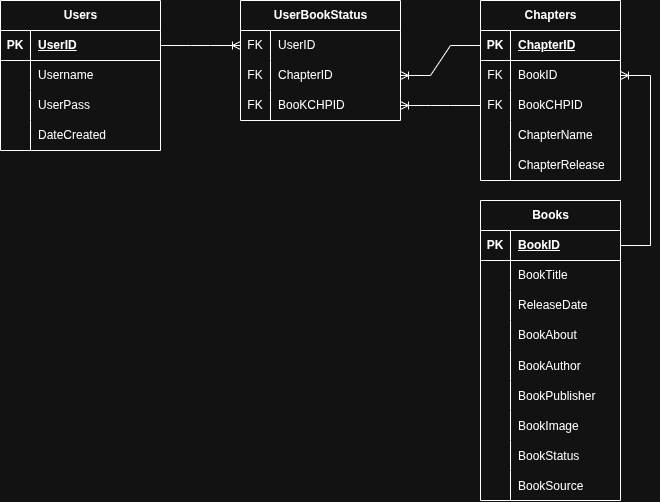
Fabi985/Second-year-uni-proj keeps this draw.io diagram as SlimeBalls/DesignAssets/DatabaseDiagram.png. Above is the earlier version. Source tidied: cells renumbered, new cells last; positions are measured from the earlier drawing's top-left corner, leaving out a move shared by most shapes.
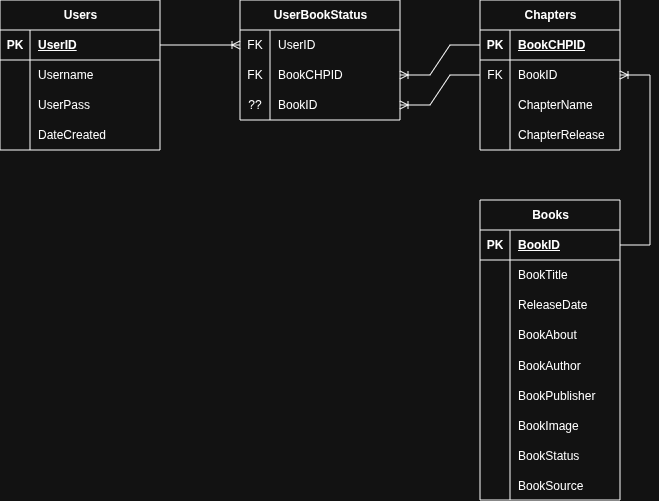
Later version of the same file.

The edit, as a diff of the source:
```diff
@@ -126,7 +126,7 @@
       <mxGeometry x="30" width="110" height="30" as="geometry" />
     </mxCell>
     <mxCell id="43" value="Chapters" style="shape=table;startSize=30;rowLines=0;fontStyle=1;align=center;html=1;" parent="1" vertex="1">
-      <mxGeometry x="480" width="140" height="180" as="geometry" />
+      <mxGeometry x="480" width="140" height="150" as="geometry" />
     </mxCell>
     <mxCell id="44" style="shape=tableRow;horizontal=0;startSize=0;swimlaneHead=0;swimlaneBody=0;fillColor=none;points=[[0,0.5],[1,0.5]];portConstraint=eastwest;top=0;left=0;right=0;bottom=1;" parent="43" vertex="1">
       <mxGeometry y="30" width="140" height="30" as="geometry" />
@@ -134,7 +134,7 @@
     <mxCell id="45" value="PK" style="shape=partialRectangle;fillColor=none;top=0;left=0;bottom=0;right=0;fontStyle=1;overflow=hidden;whiteSpace=wrap;html=1;" parent="44" vertex="1">
       <mxGeometry width="30" height="30" as="geometry" />
     </mxCell>
-    <mxCell id="46" value="ChapterID" style="shape=partialRectangle;fillColor=none;top=0;left=0;bottom=0;right=0;align=left;spacingLeft=6;fontStyle=5;overflow=hidden;whiteSpace=wrap;html=1;" parent="44" vertex="1">
+    <mxCell id="46" value="BookCHPID" style="shape=partialRectangle;fillColor=none;top=0;left=0;bottom=0;right=0;align=left;spacingLeft=6;fontStyle=5;overflow=hidden;whiteSpace=wrap;html=1;" parent="44" vertex="1">
       <mxGeometry x="30" width="110" height="30" as="geometry" />
     </mxCell>
     <mxCell id="47" style="shape=tableRow;horizontal=0;startSize=0;swimlaneHead=0;swimlaneBody=0;fillColor=none;points=[[0,0.5],[1,0.5]];portConstraint=eastwest;top=0;left=0;right=0;bottom=0;" parent="43" vertex="1">
@@ -146,17 +146,8 @@
     <mxCell id="49" value="BookID" style="shape=partialRectangle;fillColor=none;top=0;left=0;bottom=0;right=0;align=left;spacingLeft=6;fontStyle=0;overflow=hidden;whiteSpace=wrap;html=1;" parent="47" vertex="1">
       <mxGeometry x="30" width="110" height="30" as="geometry" />
     </mxCell>
-    <mxCell id="50" style="shape=tableRow;horizontal=0;startSize=0;swimlaneHead=0;swimlaneBody=0;fillColor=none;points=[[0,0.5],[1,0.5]];portConstraint=eastwest;top=0;left=0;right=0;bottom=0;" parent="43" vertex="1">
-      <mxGeometry y="90" width="140" height="30" as="geometry" />
-    </mxCell>
-    <mxCell id="51" value="FK" style="shape=partialRectangle;fillColor=none;top=0;left=0;bottom=0;right=0;fontStyle=0;overflow=hidden;whiteSpace=wrap;html=1;" parent="50" vertex="1">
-      <mxGeometry width="30" height="30" as="geometry" />
-    </mxCell>
-    <mxCell id="52" value="BookCHPID" style="shape=partialRectangle;fillColor=none;top=0;left=0;bottom=0;right=0;align=left;spacingLeft=6;fontStyle=0;overflow=hidden;whiteSpace=wrap;html=1;" parent="50" vertex="1">
-      <mxGeometry x="30" width="110" height="30" as="geometry" />
-    </mxCell>
     <mxCell id="53" style="shape=tableRow;horizontal=0;startSize=0;swimlaneHead=0;swimlaneBody=0;fillColor=none;top=0;left=0;right=0;bottom=0;" parent="43" vertex="1">
-      <mxGeometry y="120" width="140" height="30" as="geometry" />
+      <mxGeometry y="90" width="140" height="30" as="geometry" />
     </mxCell>
     <mxCell id="54" style="shape=partialRectangle;fillColor=none;top=0;left=0;bottom=0;right=0;overflow=hidden;whiteSpace=wrap;html=1;" parent="53" vertex="1">
       <mxGeometry width="30" height="30" as="geometry" />
@@ -165,7 +156,7 @@
       <mxGeometry x="30" width="110" height="30" as="geometry" />
     </mxCell>
     <mxCell id="56" style="shape=tableRow;horizontal=0;startSize=0;swimlaneHead=0;swimlaneBody=0;fillColor=none;top=0;left=0;right=0;bottom=0;" parent="43" vertex="1">
-      <mxGeometry y="150" width="140" height="30" as="geometry" />
+      <mxGeometry y="120" width="140" height="30" as="geometry" />
     </mxCell>
     <mxCell id="57" style="shape=partialRectangle;fillColor=none;top=0;left=0;bottom=0;right=0;overflow=hidden;whiteSpace=wrap;html=1;" parent="56" vertex="1">
       <mxGeometry width="30" height="30" as="geometry" />
@@ -191,29 +182,29 @@
     <mxCell id="64" value="FK" style="shape=partialRectangle;fillColor=none;top=0;left=0;bottom=0;right=0;fontStyle=0;overflow=hidden;whiteSpace=wrap;html=1;" parent="63" vertex="1">
       <mxGeometry width="30" height="30" as="geometry" />
     </mxCell>
-    <mxCell id="65" value="ChapterID" style="shape=partialRectangle;fillColor=none;top=0;left=0;bottom=0;right=0;align=left;spacingLeft=6;fontStyle=0;overflow=hidden;whiteSpace=wrap;html=1;" parent="63" vertex="1">
+    <mxCell id="65" value="BookCHPID" style="shape=partialRectangle;fillColor=none;top=0;left=0;bottom=0;right=0;align=left;spacingLeft=6;fontStyle=0;overflow=hidden;whiteSpace=wrap;html=1;" parent="63" vertex="1">
       <mxGeometry x="30" width="130" height="30" as="geometry" />
     </mxCell>
     <mxCell id="66" style="shape=tableRow;horizontal=0;startSize=0;swimlaneHead=0;swimlaneBody=0;fillColor=none;points=[[0,0.5],[1,0.5]];portConstraint=eastwest;top=0;left=0;right=0;bottom=0;" parent="59" vertex="1">
       <mxGeometry y="90" width="160" height="30" as="geometry" />
     </mxCell>
-    <mxCell id="67" value="FK" style="shape=partialRectangle;fillColor=none;top=0;left=0;bottom=0;right=0;fontStyle=0;overflow=hidden;whiteSpace=wrap;html=1;" parent="66" vertex="1">
+    <mxCell id="67" value="??" style="shape=partialRectangle;fillColor=none;top=0;left=0;bottom=0;right=0;fontStyle=0;overflow=hidden;whiteSpace=wrap;html=1;" parent="66" vertex="1">
       <mxGeometry width="30" height="30" as="geometry" />
     </mxCell>
-    <mxCell id="68" value="BooKCHPID" style="shape=partialRectangle;fillColor=none;top=0;left=0;bottom=0;right=0;align=left;spacingLeft=6;fontStyle=0;overflow=hidden;whiteSpace=wrap;html=1;" parent="66" vertex="1">
+    <mxCell id="68" value="BookID" style="shape=partialRectangle;fillColor=none;top=0;left=0;bottom=0;right=0;align=left;spacingLeft=6;fontStyle=0;overflow=hidden;whiteSpace=wrap;html=1;" parent="66" vertex="1">
       <mxGeometry x="30" width="130" height="30" as="geometry" />
     </mxCell>
     <mxCell id="69" style="edgeStyle=entityRelationEdgeStyle;fontSize=12;html=1;endArrow=ERoneToMany;rounded=0;exitX=1;exitY=0.5;exitDx=0;exitDy=0;entryX=0;entryY=0.5;entryDx=0;entryDy=0;" parent="1" edge="1" source="3" target="60">
       <mxGeometry relative="1" as="geometry" />
     </mxCell>
+    <mxCell id="71" style="edgeStyle=entityRelationEdgeStyle;fontSize=12;html=1;endArrow=ERoneToMany;rounded=0;entryX=1;entryY=0.5;entryDx=0;entryDy=0;exitX=1;exitY=0.5;exitDx=0;exitDy=0;" parent="1" edge="1" source="16" target="47">
+      <mxGeometry relative="1" as="geometry" />
+    </mxCell>
     <mxCell id="70" style="edgeStyle=entityRelationEdgeStyle;fontSize=12;html=1;endArrow=ERoneToMany;rounded=0;exitX=0;exitY=0.5;exitDx=0;exitDy=0;entryX=1;entryY=0.5;entryDx=0;entryDy=0;" parent="1" edge="1" source="44" target="63">
       <mxGeometry relative="1" as="geometry" />
     </mxCell>
-    <mxCell id="71" style="edgeStyle=entityRelationEdgeStyle;fontSize=12;html=1;endArrow=ERoneToMany;rounded=0;entryX=1;entryY=0.5;entryDx=0;entryDy=0;exitX=1;exitY=0.5;exitDx=0;exitDy=0;" parent="1" edge="1" source="16" target="47">
-      <mxGeometry relative="1" as="geometry" />
-    </mxCell>
-    <mxCell id="72" style="edgeStyle=entityRelationEdgeStyle;fontSize=12;html=1;endArrow=ERoneToMany;rounded=0;entryX=1;entryY=0.5;entryDx=0;entryDy=0;exitX=0;exitY=0.5;exitDx=0;exitDy=0;" parent="1" edge="1" source="50" target="66">
-      <mxGeometry relative="1" as="geometry" />
-    </mxCell>
+    <mxCell id="73" style="edgeStyle=entityRelationEdgeStyle;fontSize=12;html=1;endArrow=ERoneToMany;rounded=0;entryX=1;entryY=0.5;entryDx=0;entryDy=0;exitX=0;exitY=0.5;exitDx=0;exitDy=0;" parent="1" edge="1" source="47" target="66">
+      <mxGeometry relative="1" as="geometry" />
+    </mxCell>
   </root>
 </mxGraphModel>
```
